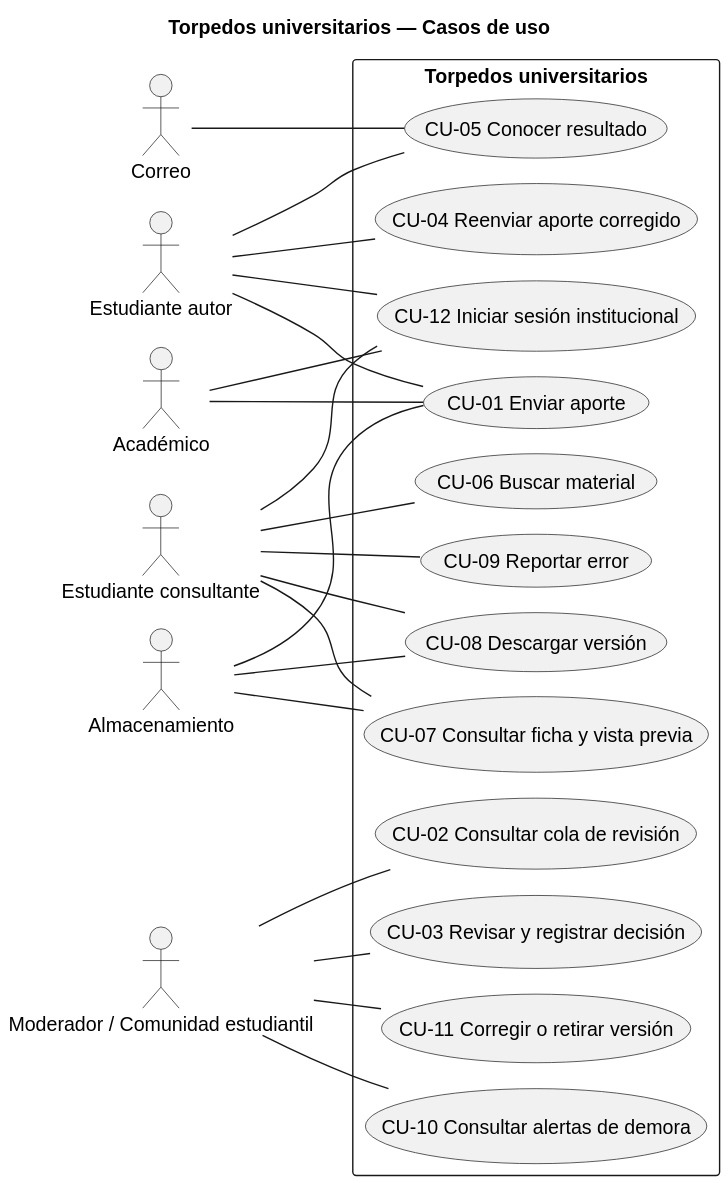
Before: diagramas/casos-de-uso.svg, a diagram exported from PlantUML (mapacheCorps/entrega).
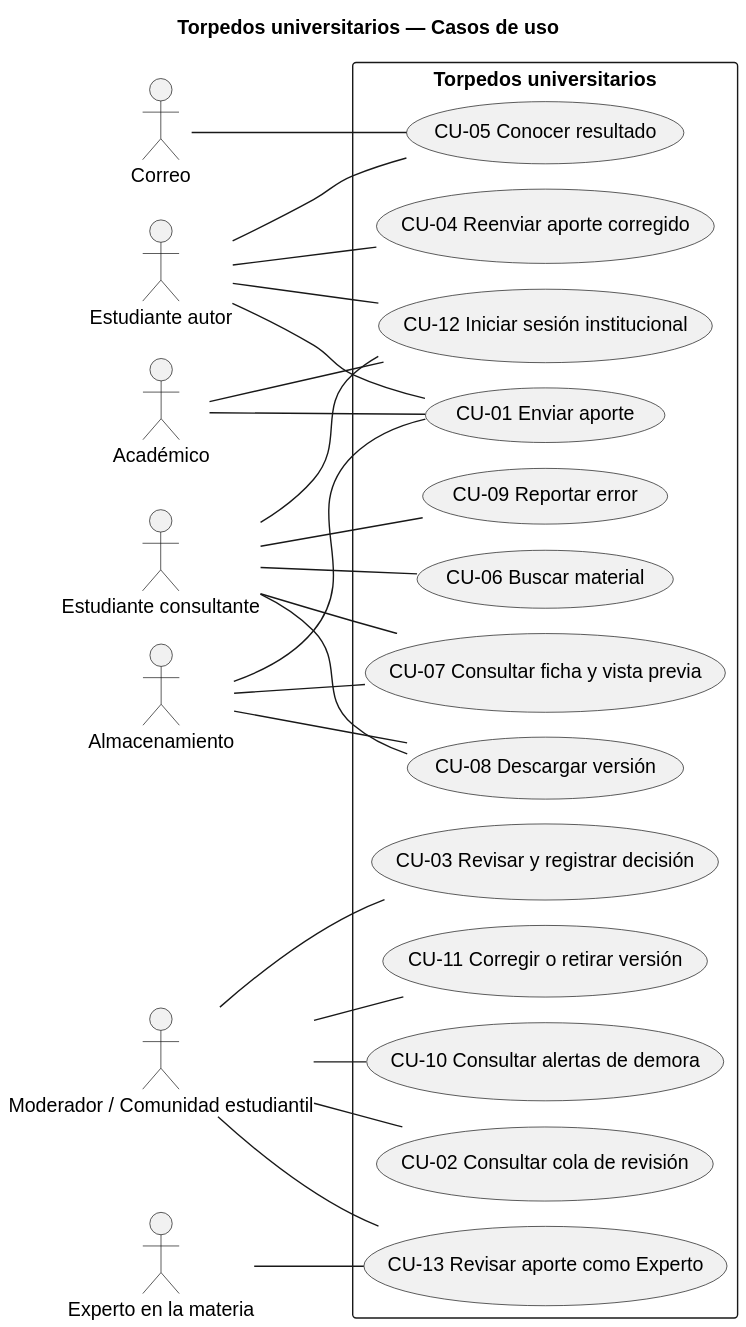
Above is the later version.

Diff of the diagram source:
```diff
@@ -7,6 +7,7 @@
 actor "Estudiante consultante" as Consultante
 actor "Académico" as Academico
 actor "Moderador / Comunidad estudiantil" as Moderador
+actor "Experto en la materia" as Experto
 actor "Almacenamiento" as Archivos
 actor "Correo" as Correo
 rectangle "Torpedos universitarios" {
@@ -22,6 +23,7 @@
   usecase "CU-10 Consultar alertas de demora" as CU10
   usecase "CU-11 Corregir o retirar versión" as CU11
   usecase "CU-12 Iniciar sesión institucional" as CU12
+  usecase "CU-13 Revisar aporte como Experto" as CU13
 }
 Autor -- CU1
 Academico -- CU1
@@ -31,6 +33,8 @@
 Moderador -- CU3
 Moderador -- CU10
 Moderador -- CU11
+Moderador -- CU13
+Experto -- CU13
 Consultante -- CU6
 Consultante -- CU7
 Consultante -- CU8
```
